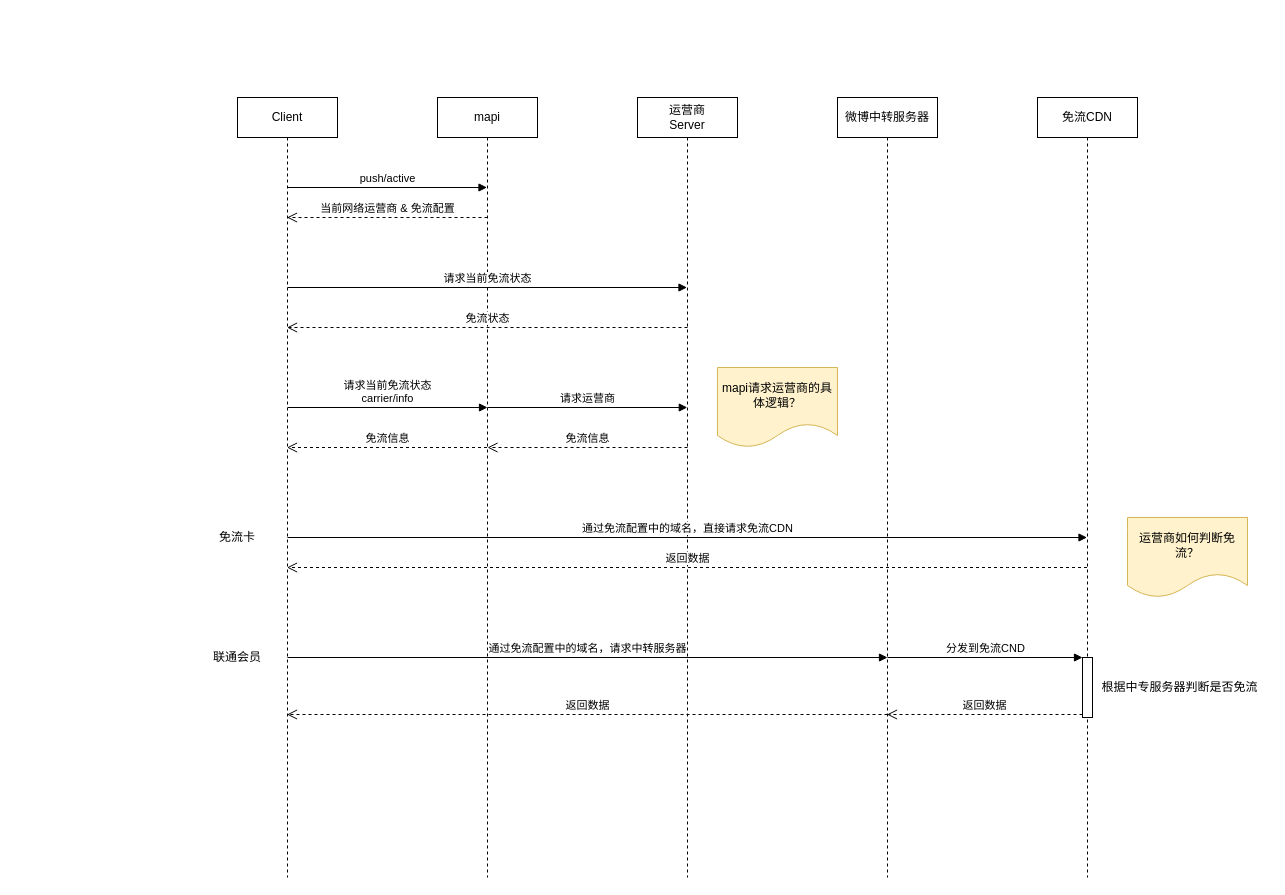
The draw.io diagram page "时序图" (2 of 2) of weibo/微博免流.drawio in huabeiyipilang/disk, before the edit. Source tidied: cells renumbered, new cells numbered last; positions are measured from the earlier drawing's top-left corner, leaving out a move shared by most shapes. Both pictures are drawn from the tidied source at 100%, with x=0, y=0 at pixel (207, 97).
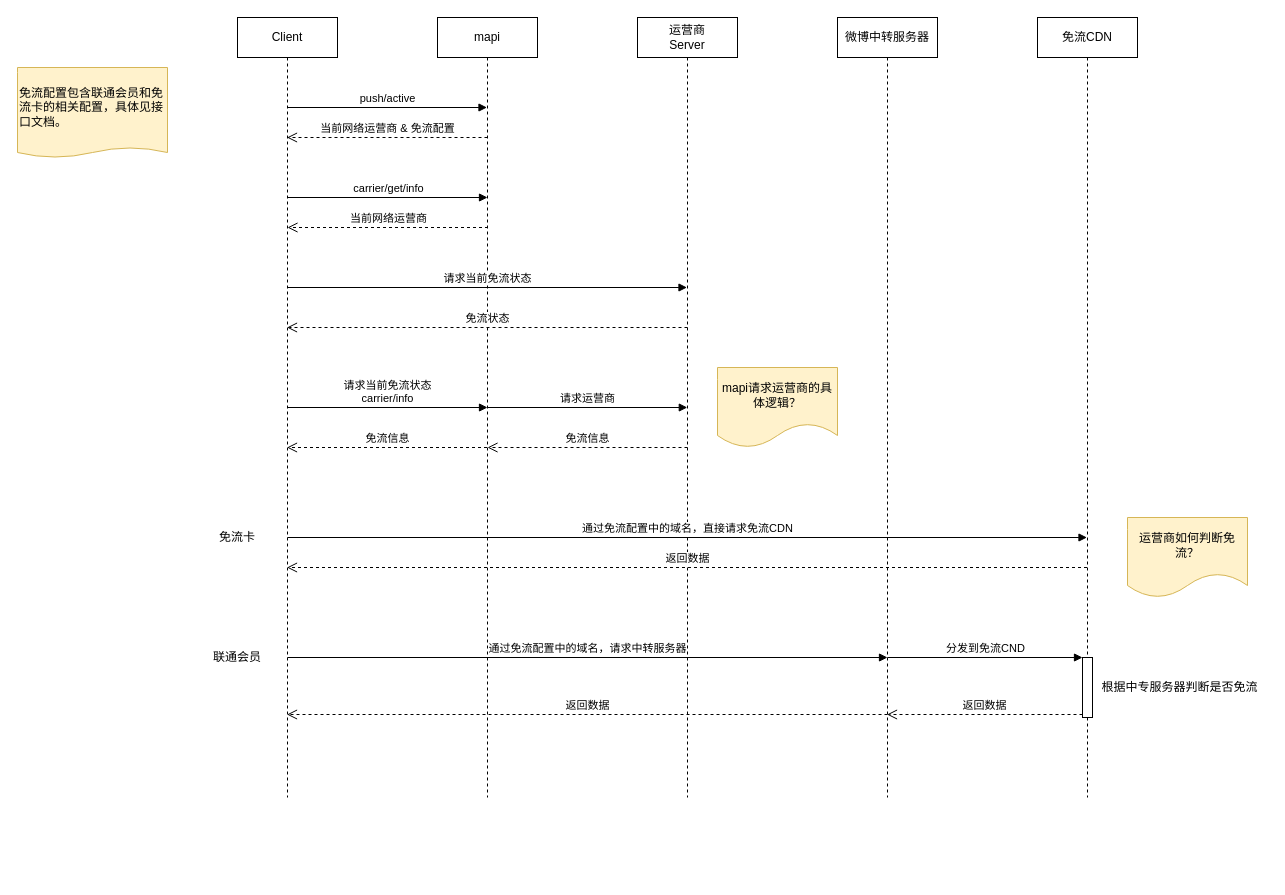
Above is the later version.

Unchanged cells that the change refers to:
```xml
<mxCell id="19" style="html=1;points=[];perimeter=orthogonalPerimeter;" parent="1" vertex="1">
  <mxGeometry x="875" y="560" width="10" height="60" as="geometry" />
</mxCell>
```

Change to the diagram source:
```diff
@@
     <mxCell id="2" value="Client" style="shape=umlLifeline;perimeter=lifelinePerimeter;whiteSpace=wrap;html=1;outlineConnect=0;" parent="1" vertex="1">
-      <mxGeometry x="30" width="100" height="780" as="geometry" />
+      <mxGeometry x="30" y="-80" width="100" height="780" as="geometry" />
     </mxCell>
@@
     <mxCell id="4" value="mapi" style="shape=umlLifeline;perimeter=lifelinePerimeter;whiteSpace=wrap;html=1;outlineConnect=0;" parent="1" vertex="1">
-      <mxGeometry x="230" width="100" height="780" as="geometry" />
+      <mxGeometry x="230" y="-80" width="100" height="780" as="geometry" />
     </mxCell>
     <mxCell id="5" value="运营商&lt;br&gt;Server" style="shape=umlLifeline;perimeter=lifelinePerimeter;whiteSpace=wrap;html=1;outlineConnect=0;" parent="1" vertex="1">
-      <mxGeometry x="430" width="100" height="780" as="geometry" />
+      <mxGeometry x="430" y="-80" width="100" height="780" as="geometry" />
     </mxCell>
     <mxCell id="6" value="微博中转服务器" style="shape=umlLifeline;perimeter=lifelinePerimeter;whiteSpace=wrap;html=1;outlineConnect=0;" parent="1" vertex="1">
-      <mxGeometry x="630" width="100" height="780" as="geometry" />
+      <mxGeometry x="630" y="-80" width="100" height="780" as="geometry" />
     </mxCell>
     <mxCell id="7" value="免流CDN" style="shape=umlLifeline;perimeter=lifelinePerimeter;whiteSpace=wrap;html=1;outlineConnect=0;" parent="1" vertex="1">
-      <mxGeometry x="830" width="100" height="780" as="geometry" />
+      <mxGeometry x="830" y="-80" width="100" height="780" as="geometry" />
     </mxCell>
     <mxCell id="8" value="当前网络运营商 &amp;amp; 免流配置" style="html=1;verticalAlign=bottom;endArrow=open;dashed=1;endSize=8;" parent="1" edge="1" target="2">
       <mxGeometry relative="1" as="geometry">
-        <mxPoint x="280" y="120" as="sourcePoint" />
+        <mxPoint x="280" y="40" as="sourcePoint" />
       </mxGeometry>
     </mxCell>
-    <mxCell id="9" value="请求当前免流状态" style="html=1;verticalAlign=bottom;endArrow=block;" parent="1" edge="1" target="5">
+    <mxCell id="9" value="请求当前免流状态" style="html=1;verticalAlign=bottom;endArrow=block;" parent="1" edge="1">
       <mxGeometry relative="1" as="geometry">
         <mxPoint x="80" y="190" as="sourcePoint" />
+        <mxPoint x="479.5" y="190" as="targetPoint" />
       </mxGeometry>
     </mxCell>
-    <mxCell id="10" value="免流状态" style="html=1;verticalAlign=bottom;endArrow=open;dashed=1;endSize=8;" parent="1" edge="1" target="2">
+    <mxCell id="10" value="免流状态" style="html=1;verticalAlign=bottom;endArrow=open;dashed=1;endSize=8;" parent="1" edge="1">
       <mxGeometry relative="1" as="geometry">
         <mxPoint x="480" y="230" as="sourcePoint" />
+        <mxPoint x="79.5" y="230" as="targetPoint" />
       </mxGeometry>
     </mxCell>
@@
-    <mxCell id="12" value="免流信息" style="html=1;verticalAlign=bottom;endArrow=open;dashed=1;endSize=8;" parent="1" edge="1" source="4" target="2">
+    <mxCell id="12" value="免流信息" style="html=1;verticalAlign=bottom;endArrow=open;dashed=1;endSize=8;" parent="1" edge="1">
       <mxGeometry relative="1" as="geometry">
+        <mxPoint x="279.5" y="350" as="sourcePoint" />
+        <mxPoint x="79.5" y="350" as="targetPoint" />
         <Array as="points">
           <mxPoint x="170" y="350" />
         </Array>
       </mxGeometry>
     </mxCell>
@@
-    <mxCell id="15" value="通过免流配置中的域名，直接请求免流CDN" style="html=1;verticalAlign=bottom;endArrow=block;" parent="1" edge="1" target="7">
+    <mxCell id="15" value="通过免流配置中的域名，直接请求免流CDN" style="html=1;verticalAlign=bottom;endArrow=block;" parent="1" edge="1">
       <mxGeometry relative="1" as="geometry">
         <mxPoint x="80" y="440" as="sourcePoint" />
+        <mxPoint x="879.5" y="440" as="targetPoint" />
       </mxGeometry>
     </mxCell>
@@
-    <mxCell id="17" value="返回数据" style="html=1;verticalAlign=bottom;endArrow=open;dashed=1;endSize=8;" parent="1" edge="1" source="7" target="2">
+    <mxCell id="17" value="返回数据" style="html=1;verticalAlign=bottom;endArrow=open;dashed=1;endSize=8;" parent="1" edge="1">
       <mxGeometry relative="1" as="geometry">
+        <mxPoint x="879.5" y="470" as="sourcePoint" />
+        <mxPoint x="79.5" y="470" as="targetPoint" />
         <Array as="points">
           <mxPoint x="790" y="470" />
         </Array>
       </mxGeometry>
     </mxCell>
@@
-    <mxCell id="21" value="返回数据" style="html=1;verticalAlign=bottom;endArrow=open;dashed=1;endSize=8;exitX=0;exitY=0.95;" parent="1" edge="1" source="19" target="6">
-      <mxGeometry relative="1" as="geometry" />
+    <mxCell id="21" value="返回数据" style="html=1;verticalAlign=bottom;endArrow=open;dashed=1;endSize=8;exitX=0;exitY=0.95;" parent="1" edge="1" source="19">
+      <mxGeometry relative="1" as="geometry">
+        <mxPoint x="679.5" y="617" as="targetPoint" />
+      </mxGeometry>
     </mxCell>
@@
+    <mxCell id="27" value="carrier/get/info" style="html=1;verticalAlign=bottom;endArrow=block;" parent="1" edge="1">
+      <mxGeometry relative="1" as="geometry">
+        <mxPoint x="80.5" y="100" as="sourcePoint" />
+        <mxPoint x="280" y="100" as="targetPoint" />
+      </mxGeometry>
+    </mxCell>
+    <mxCell id="28" value="当前网络运营商" style="html=1;verticalAlign=bottom;endArrow=open;dashed=1;endSize=8;" parent="1" edge="1">
+      <mxGeometry relative="1" as="geometry">
+        <mxPoint x="280.5" y="130" as="sourcePoint" />
+        <mxPoint x="80" y="130" as="targetPoint" />
+      </mxGeometry>
+    </mxCell>
+    <mxCell id="29" value="免流配置包含联通会员和免流卡的相关配置，具体见接口文档。" style="shape=document;whiteSpace=wrap;html=1;boundedLbl=1;fillColor=#fff2cc;strokeColor=#d6b656;size=0.1111111111111111;align=left;" parent="1" vertex="1">
+      <mxGeometry x="-190" y="-30" width="150" height="90" as="geometry" />
+    </mxCell>
```
